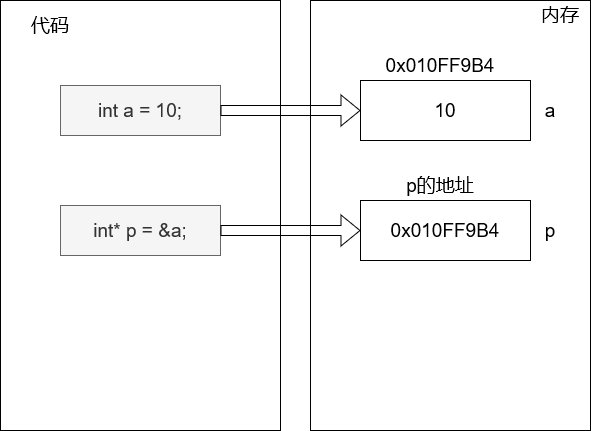
This is 初识指针.png from HeartWardrum/MyImageHost, a draw.io export, as it was before one commit. Source tidied: cells renumbered, new cells last; positions are measured from the earlier drawing's top-left corner, leaving out a move shared by most shapes.
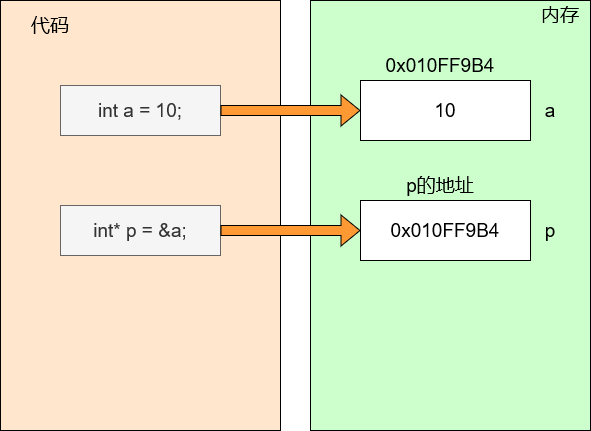
After the commit.

What changed in the source:
```diff
@@ -2,7 +2,7 @@
   <root>
     <mxCell id="0" />
     <mxCell id="1" parent="0" />
-    <mxCell id="2" style="rounded=0;whiteSpace=wrap;html=1;fontSize=19;" parent="1" vertex="1">
+    <mxCell id="2" style="rounded=0;whiteSpace=wrap;html=1;fontSize=19;fillColor=#CCFFCC;" parent="1" vertex="1">
       <mxGeometry x="310" width="280" height="430" as="geometry" />
     </mxCell>
     <mxCell id="3" value="&lt;div&gt;内存&lt;/div&gt;" style="text;html=1;strokeColor=none;fillColor=none;align=center;verticalAlign=middle;whiteSpace=wrap;rounded=0;fontSize=19;" parent="1" vertex="1">
@@ -14,7 +14,7 @@
     <mxCell id="5" value="a" style="text;html=1;strokeColor=none;fillColor=none;align=center;verticalAlign=middle;whiteSpace=wrap;rounded=0;fontSize=19;" parent="1" vertex="1">
       <mxGeometry x="520" y="95" width="60" height="30" as="geometry" />
     </mxCell>
-    <mxCell id="6" style="rounded=0;whiteSpace=wrap;html=1;fontSize=19;" parent="1" vertex="1">
+    <mxCell id="6" style="rounded=0;whiteSpace=wrap;html=1;fontSize=19;fillColor=#FFE6CC;" parent="1" vertex="1">
       <mxGeometry width="280" height="430" as="geometry" />
     </mxCell>
     <mxCell id="7" value="0x010FF9B4" style="text;html=1;strokeColor=none;fillColor=none;align=center;verticalAlign=middle;whiteSpace=wrap;rounded=0;fontSize=19;" parent="1" vertex="1">
@@ -38,10 +38,10 @@
     <mxCell id="13" value="p" style="text;html=1;strokeColor=none;fillColor=none;align=center;verticalAlign=middle;whiteSpace=wrap;rounded=0;fontSize=19;" parent="1" vertex="1">
       <mxGeometry x="520" y="215" width="60" height="30" as="geometry" />
     </mxCell>
-    <mxCell id="14" style="shape=flexArrow;endArrow=classic;html=1;rounded=0;fontSize=19;entryX=0;entryY=0.5;entryDx=0;entryDy=0;" parent="1" edge="1" source="9" target="4">
+    <mxCell id="14" style="shape=flexArrow;endArrow=classic;html=1;rounded=0;fontSize=19;entryX=0;entryY=0.5;entryDx=0;entryDy=0;fillColor=#FF9933;" parent="1" edge="1" source="9" target="4">
       <mxGeometry relative="1" as="geometry" />
     </mxCell>
-    <mxCell id="15" style="shape=flexArrow;endArrow=classic;html=1;rounded=0;fontSize=19;entryX=0;entryY=0.5;entryDx=0;entryDy=0;exitX=1;exitY=0.5;exitDx=0;exitDy=0;" parent="1" edge="1" source="10" target="11">
+    <mxCell id="15" style="shape=flexArrow;endArrow=classic;html=1;rounded=0;fontSize=19;entryX=0;entryY=0.5;entryDx=0;entryDy=0;exitX=1;exitY=0.5;exitDx=0;exitDy=0;fillColor=#FF9933;" parent="1" edge="1" source="10" target="11">
       <mxGeometry relative="1" as="geometry" />
     </mxCell>
   </root>
```
